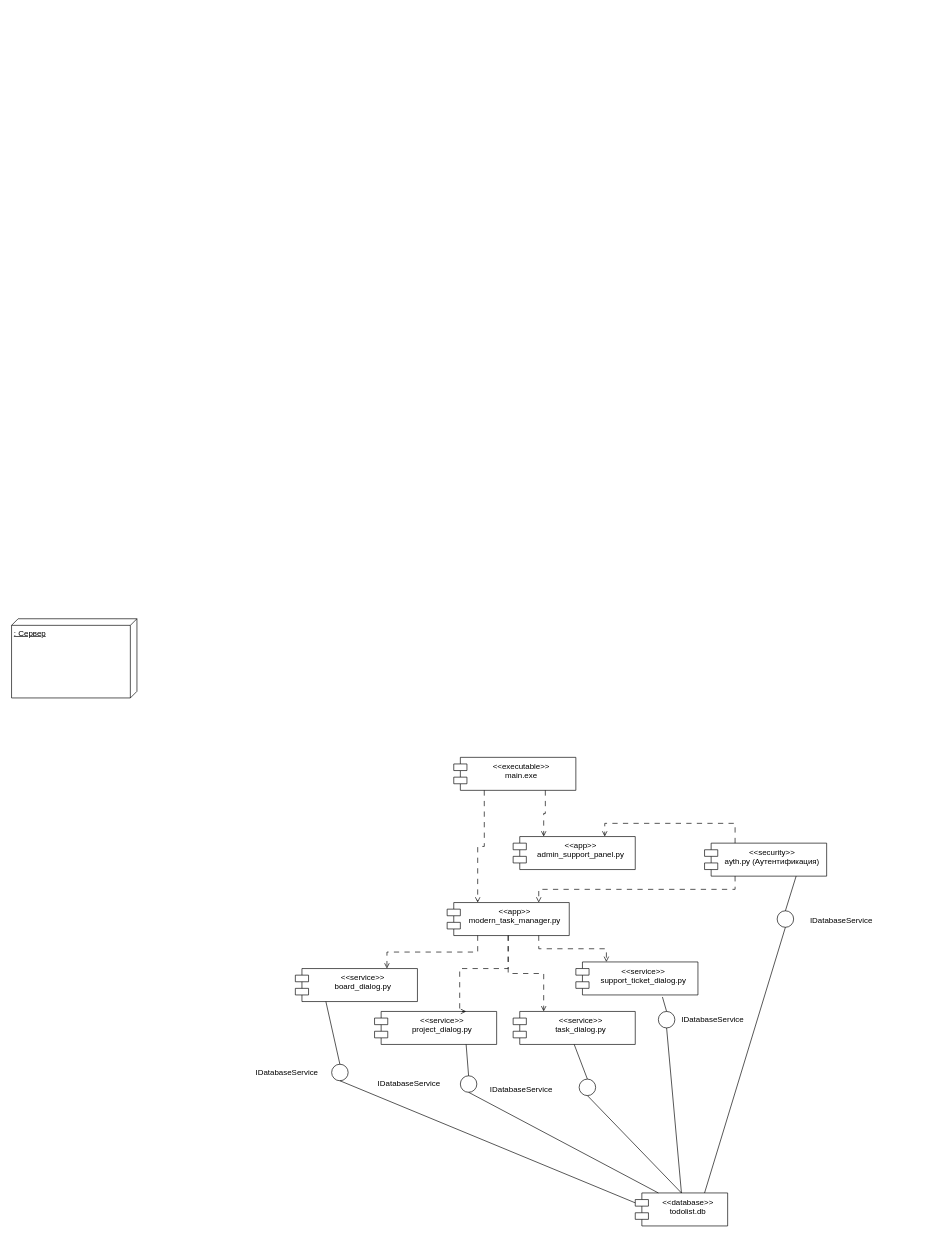
The draw.io diagram lab5.drawio.xml in diamko/Lab3, before the edit. Source tidied: cells renumbered, new cells numbered last; positions are measured from the earlier drawing's top-left corner, leaving out a move shared by most shapes. Both pictures are drawn from the tidied source at 66%, with x=0, y=0 at pixel (11, 618).
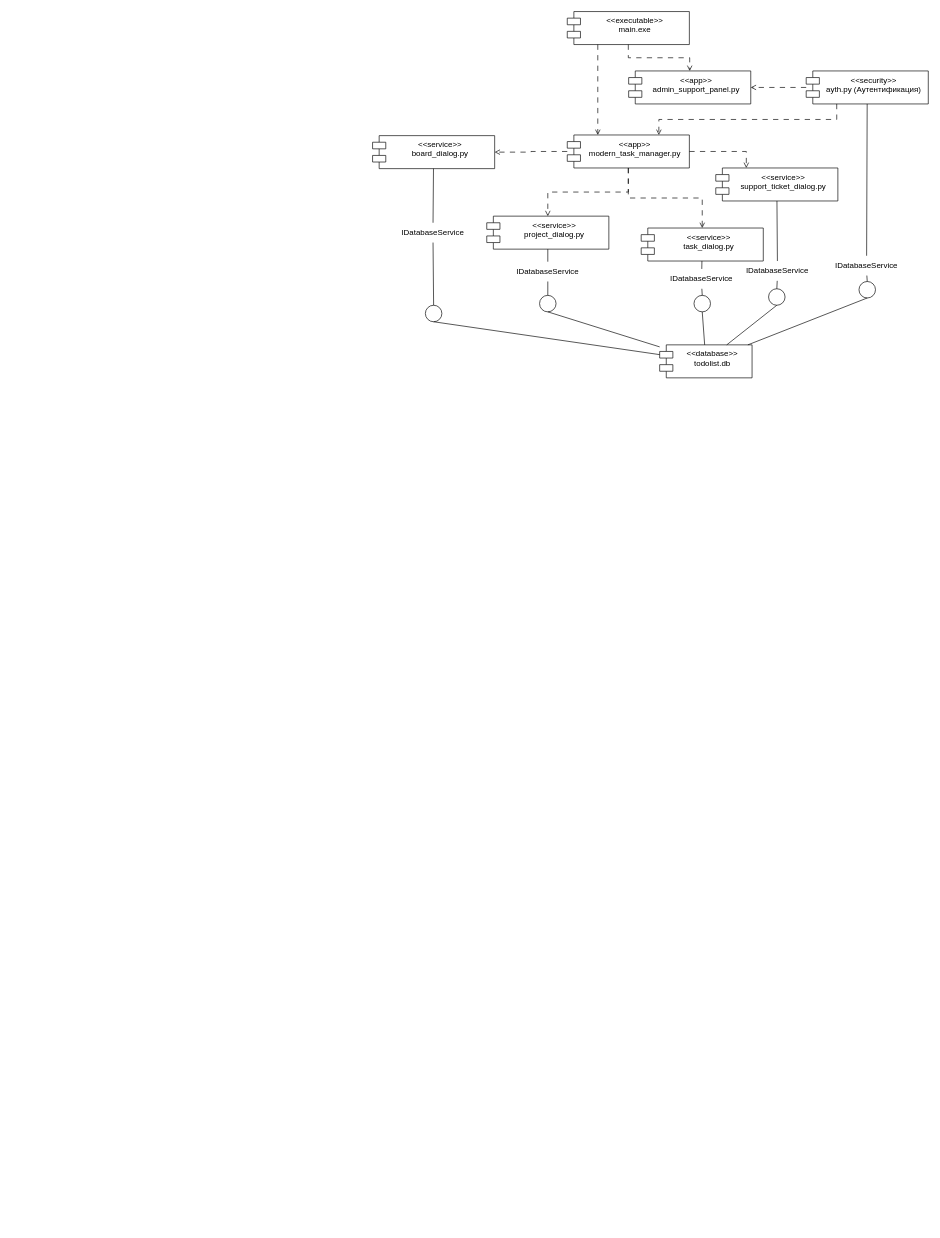
Above is the later version.

Change to the diagram source:
```diff
@@
     <mxCell id="2" value="&amp;lt;&amp;lt;security&amp;gt;&amp;gt;&lt;div&gt;ayth.py (Аутентификация)&lt;/div&gt;" style="shape=module;align=left;spacingLeft=20;align=center;verticalAlign=top;whiteSpace=wrap;html=1;" parent="1" vertex="1">
-      <mxGeometry x="1050" y="340" width="185" height="50" as="geometry" />
+      <mxGeometry x="1204" y="-830" width="185" height="50" as="geometry" />
     </mxCell>
-    <mxCell id="3" value=": Сервер" style="verticalAlign=top;align=left;spacingTop=8;spacingLeft=2;spacingRight=12;shape=cube;size=10;direction=south;fontStyle=4;html=1;whiteSpace=wrap;" parent="1" vertex="1">
-      <mxGeometry width="190" height="120" as="geometry" />
-    </mxCell>
     <mxCell id="4" value="&amp;lt;&amp;lt;app&amp;gt;&amp;gt;&lt;div&gt;modern_task_manager.py&lt;/div&gt;" style="shape=module;align=left;spacingLeft=20;align=center;verticalAlign=top;whiteSpace=wrap;html=1;" parent="1" vertex="1">
-      <mxGeometry x="660" y="430" width="185" height="50" as="geometry" />
+      <mxGeometry x="842" y="-733" width="185" height="50" as="geometry" />
     </mxCell>
     <mxCell id="5" value="&amp;lt;&amp;lt;app&amp;gt;&amp;gt;&lt;div&gt;admin_support_panel.py&lt;/div&gt;" style="shape=module;align=left;spacingLeft=20;align=center;verticalAlign=top;whiteSpace=wrap;html=1;" parent="1" vertex="1">
-      <mxGeometry x="760" y="330" width="185" height="50" as="geometry" />
+      <mxGeometry x="935" y="-830" width="185" height="50" as="geometry" />
     </mxCell>
     <mxCell id="6" value="&amp;lt;&amp;lt;database&amp;gt;&amp;gt;&lt;div&gt;todolist.db&lt;/div&gt;" style="shape=module;align=left;spacingLeft=20;align=center;verticalAlign=top;whiteSpace=wrap;html=1;" parent="1" vertex="1">
-      <mxGeometry x="945" y="870" width="140" height="50" as="geometry" />
+      <mxGeometry x="982" y="-415" width="140" height="50" as="geometry" />
     </mxCell>
     <mxCell id="7" value="&amp;lt;&amp;lt;service&amp;gt;&amp;gt;&lt;div&gt;board_dialog.py&lt;/div&gt;" style="shape=module;align=left;spacingLeft=20;align=center;verticalAlign=top;whiteSpace=wrap;html=1;" parent="1" vertex="1">
-      <mxGeometry x="430" y="530" width="185" height="50" as="geometry" />
+      <mxGeometry x="547" y="-732" width="185" height="50" as="geometry" />
     </mxCell>
     <mxCell id="8" value="&amp;lt;&amp;lt;service&amp;gt;&amp;gt;&lt;div&gt;project_dialog.py&lt;/div&gt;" style="shape=module;align=left;spacingLeft=20;align=center;verticalAlign=top;whiteSpace=wrap;html=1;" parent="1" vertex="1">
-      <mxGeometry x="550" y="595" width="185" height="50" as="geometry" />
+      <mxGeometry x="720" y="-610" width="185" height="50" as="geometry" />
     </mxCell>
     <mxCell id="9" value="&amp;lt;&amp;lt;service&amp;gt;&amp;gt;&lt;div&gt;support_ticket_dialog.py&lt;/div&gt;" style="shape=module;align=left;spacingLeft=20;align=center;verticalAlign=top;whiteSpace=wrap;html=1;" parent="1" vertex="1">
-      <mxGeometry x="855" y="520" width="185" height="50" as="geometry" />
+      <mxGeometry x="1067" y="-683" width="185" height="50" as="geometry" />
     </mxCell>
     <mxCell id="10" value="&amp;lt;&amp;lt;service&amp;gt;&amp;gt;&lt;div&gt;task_dialog.py&lt;/div&gt;" style="shape=module;align=left;spacingLeft=20;align=center;verticalAlign=top;whiteSpace=wrap;html=1;" parent="1" vertex="1">
-      <mxGeometry x="760" y="595" width="185" height="50" as="geometry" />
+      <mxGeometry x="954" y="-592" width="185" height="50" as="geometry" />
     </mxCell>
     <mxCell id="11" value="&amp;lt;&amp;lt;executable&amp;gt;&amp;gt;&lt;div&gt;main.exe&lt;/div&gt;" style="shape=module;align=left;spacingLeft=20;align=center;verticalAlign=top;whiteSpace=wrap;html=1;" parent="1" vertex="1">
-      <mxGeometry x="670" y="210" width="185" height="50" as="geometry" />
+      <mxGeometry x="842" y="-920" width="185" height="50" as="geometry" />
     </mxCell>
-    <mxCell id="12" style="edgeStyle=orthogonalEdgeStyle;rounded=0;jettySize=auto;html=1;exitX=0.25;exitY=1;exitDx=0;exitDy=0;entryX=0.25;entryY=0;entryDx=0;entryDy=0;startArrow=none;startFill=0;endArrow=open;endFill=0;dashed=1;dashPattern=8 8;" parent="1" edge="1" source="11" target="4">
+    <mxCell id="12" style="edgeStyle=orthogonalEdgeStyle;rounded=0;jettySize=auto;html=1;startArrow=none;startFill=0;endArrow=open;endFill=0;dashed=1;dashPattern=8 8;exitX=0.25;exitY=1;exitDx=0;exitDy=0;entryX=0.25;entryY=0;entryDx=0;entryDy=0;" parent="1" edge="1" source="11" target="4">
       <mxGeometry relative="1" as="geometry" />
     </mxCell>
@@
-    <mxCell id="14" style="edgeStyle=orthogonalEdgeStyle;rounded=0;jettySize=auto;html=1;exitX=0.75;exitY=1;exitDx=0;exitDy=0;startArrow=none;startFill=0;endArrow=open;endFill=0;dashed=1;dashPattern=8 8;entryX=0.25;entryY=0;entryDx=0;entryDy=0;" parent="1" edge="1" source="11" target="5">
+    <mxCell id="14" style="edgeStyle=orthogonalEdgeStyle;rounded=0;jettySize=auto;html=1;startArrow=none;startFill=0;endArrow=open;endFill=0;dashed=1;dashPattern=8 8;" parent="1" edge="1" source="11" target="5">
       <mxGeometry relative="1" as="geometry" />
     </mxCell>
-    <mxCell id="15" style="edgeStyle=orthogonalEdgeStyle;rounded=0;jettySize=auto;html=1;entryX=0.75;entryY=0;entryDx=0;entryDy=0;startArrow=none;startFill=0;endArrow=open;endFill=0;dashed=1;dashPattern=8 8;exitX=0.25;exitY=0;exitDx=0;exitDy=0;" parent="1" edge="1" source="2" target="5">
+    <mxCell id="15" style="edgeStyle=orthogonalEdgeStyle;rounded=0;jettySize=auto;html=1;startArrow=none;startFill=0;endArrow=open;endFill=0;dashed=1;dashPattern=8 8;" parent="1" edge="1" source="2" target="5">
       <mxGeometry relative="1" as="geometry" />
     </mxCell>
-    <mxCell id="16" style="edgeStyle=orthogonalEdgeStyle;rounded=0;jettySize=auto;html=1;exitX=0.25;exitY=1;exitDx=0;exitDy=0;entryX=0.75;entryY=0;entryDx=0;entryDy=0;startArrow=none;startFill=0;endArrow=open;endFill=0;dashed=1;dashPattern=8 8;" parent="1" edge="1" source="4" target="7">
+    <mxCell id="16" style="edgeStyle=orthogonalEdgeStyle;rounded=0;jettySize=auto;html=1;startArrow=none;startFill=0;endArrow=open;endFill=0;dashed=1;dashPattern=8 8;" parent="1" edge="1" source="4" target="7">
       <mxGeometry relative="1" as="geometry" />
     </mxCell>
-    <mxCell id="17" style="edgeStyle=orthogonalEdgeStyle;rounded=0;jettySize=auto;html=1;exitX=0.75;exitY=1;exitDx=0;exitDy=0;entryX=0.25;entryY=0;entryDx=0;entryDy=0;startArrow=none;startFill=0;endArrow=open;endFill=0;dashed=1;dashPattern=8 8;" parent="1" edge="1" source="4" target="9">
+    <mxCell id="17" style="edgeStyle=orthogonalEdgeStyle;rounded=0;jettySize=auto;html=1;entryX=0.25;entryY=0;entryDx=0;entryDy=0;startArrow=none;startFill=0;endArrow=open;endFill=0;dashed=1;dashPattern=8 8;" parent="1" edge="1" source="4" target="9">
       <mxGeometry relative="1" as="geometry" />
     </mxCell>
+    <mxCell id="19" style="edgeStyle=orthogonalEdgeStyle;rounded=0;jettySize=auto;html=1;startArrow=none;startFill=0;endArrow=open;endFill=0;dashed=1;dashPattern=8 8;" parent="1" edge="1" source="4" target="10">
+      <mxGeometry relative="1" as="geometry" />
+    </mxCell>
+    <mxCell id="40" style="ellipse;whiteSpace=wrap;html=1;" parent="1" vertex="1">
+      <mxGeometry x="627" y="-475" width="25" height="25" as="geometry" />
+    </mxCell>
+    <mxCell id="41" style="ellipse;whiteSpace=wrap;html=1;" parent="1" vertex="1">
+      <mxGeometry x="800" y="-490" width="25" height="25" as="geometry" />
+    </mxCell>
+    <mxCell id="42" style="ellipse;whiteSpace=wrap;html=1;" parent="1" vertex="1">
+      <mxGeometry x="1034" y="-490" width="25" height="25" as="geometry" />
+    </mxCell>
+    <mxCell id="43" style="ellipse;whiteSpace=wrap;html=1;" parent="1" vertex="1">
+      <mxGeometry x="1147" y="-500" width="25" height="25" as="geometry" />
+    </mxCell>
+    <mxCell id="44" style="ellipse;whiteSpace=wrap;html=1;" parent="1" vertex="1">
+      <mxGeometry x="1284" y="-511" width="25" height="25" as="geometry" />
+    </mxCell>
+    <mxCell id="45" style="endArrow=none;html=1;rounded=0;" parent="1" edge="1" source="64" target="7">
+      <mxGeometry relative="1" as="geometry" />
+    </mxCell>
+    <mxCell id="46" style="endArrow=none;html=1;rounded=0;entryX=0.5;entryY=1;entryDx=0;entryDy=0;" parent="1" edge="1" source="6" target="40">
+      <mxGeometry relative="1" as="geometry" />
+    </mxCell>
+    <mxCell id="47" style="endArrow=none;html=1;rounded=0;" parent="1" edge="1" source="62" target="8">
+      <mxGeometry relative="1" as="geometry" />
+    </mxCell>
+    <mxCell id="48" style="endArrow=none;html=1;rounded=0;entryX=0.5;entryY=1;entryDx=0;entryDy=0;" parent="1" edge="1" source="6" target="41">
+      <mxGeometry relative="1" as="geometry" />
+    </mxCell>
+    <mxCell id="49" style="endArrow=none;html=1;rounded=0;" parent="1" edge="1" source="60" target="10">
+      <mxGeometry relative="1" as="geometry" />
+    </mxCell>
+    <mxCell id="50" style="endArrow=none;html=1;rounded=0;entryX=0.5;entryY=1;entryDx=0;entryDy=0;" parent="1" edge="1" source="6" target="42">
+      <mxGeometry relative="1" as="geometry" />
+    </mxCell>
+    <mxCell id="51" style="endArrow=none;html=1;rounded=0;" parent="1" edge="1" source="58" target="9">
+      <mxGeometry relative="1" as="geometry" />
+    </mxCell>
+    <mxCell id="52" style="endArrow=none;html=1;rounded=0;entryX=0.5;entryY=1;entryDx=0;entryDy=0;" parent="1" edge="1" source="6" target="43">
+      <mxGeometry relative="1" as="geometry" />
+    </mxCell>
+    <mxCell id="53" style="endArrow=none;html=1;rounded=0;" parent="1" edge="1" source="56" target="2">
+      <mxGeometry relative="1" as="geometry" />
+    </mxCell>
+    <mxCell id="54" style="endArrow=none;html=1;rounded=0;entryX=0.5;entryY=1;entryDx=0;entryDy=0;" parent="1" edge="1" source="6" target="44">
+      <mxGeometry relative="1" as="geometry" />
+    </mxCell>
-    <mxCell id="18" style="edgeStyle=orthogonalEdgeStyle;rounded=0;jettySize=auto;html=1;exitX=0.5;exitY=1;exitDx=0;exitDy=0;entryX=0.75;entryY=0;entryDx=0;entryDy=0;startArrow=none;startFill=0;endArrow=open;endFill=0;dashed=1;dashPattern=8 8;" parent="1" edge="1" source="4" target="8">
-      <mxGeometry relative="1" as="geometry">
-        <Array as="points">
-          <mxPoint x="753" y="530" />
-          <mxPoint x="679" y="530" />
-        </Array>
-      </mxGeometry>
+    <mxCell id="18" style="edgeStyle=orthogonalEdgeStyle;rounded=0;jettySize=auto;html=1;startArrow=none;startFill=0;endArrow=open;endFill=0;dashed=1;dashPattern=8 8;" parent="1" edge="1" source="4" target="8">
+      <mxGeometry relative="1" as="geometry" />
     </mxCell>
-    <mxCell id="19" style="edgeStyle=orthogonalEdgeStyle;rounded=0;jettySize=auto;html=1;exitX=0.5;exitY=1;exitDx=0;exitDy=0;entryX=0.25;entryY=0;entryDx=0;entryDy=0;startArrow=none;startFill=0;endArrow=open;endFill=0;dashed=1;dashPattern=8 8;" parent="1" edge="1" source="4" target="10">
-      <mxGeometry relative="1" as="geometry" />
-    </mxCell>
-    <mxCell id="20" style="ellipse;whiteSpace=wrap;html=1;" parent="1" vertex="1">
-      <mxGeometry x="485" y="675" width="25" height="25" as="geometry" />
-    </mxCell>
-    <mxCell id="21" style="ellipse;whiteSpace=wrap;html=1;" parent="1" vertex="1">
-      <mxGeometry x="680" y="692.5" width="25" height="25" as="geometry" />
-    </mxCell>
-    <mxCell id="22" style="ellipse;whiteSpace=wrap;html=1;" parent="1" vertex="1">
-      <mxGeometry x="860" y="697.5" width="25" height="25" as="geometry" />
-    </mxCell>
-    <mxCell id="23" style="ellipse;whiteSpace=wrap;html=1;" parent="1" vertex="1">
-      <mxGeometry x="980" y="595" width="25" height="25" as="geometry" />
-    </mxCell>
-    <mxCell id="24" style="ellipse;whiteSpace=wrap;html=1;" parent="1" vertex="1">
-      <mxGeometry x="1160" y="442.5" width="25" height="25" as="geometry" />
-    </mxCell>
-    <mxCell id="25" value="IDatabaseService" style="text;html=1;whiteSpace=wrap;strokeColor=none;fillColor=none;align=center;verticalAlign=middle;rounded=0;" parent="1" vertex="1">
-      <mxGeometry x="360" y="672.5" width="115" height="30" as="geometry" />
-    </mxCell>
-    <mxCell id="26" value="IDatabaseService" style="text;html=1;whiteSpace=wrap;strokeColor=none;fillColor=none;align=center;verticalAlign=middle;rounded=0;" parent="1" vertex="1">
-      <mxGeometry x="545" y="690" width="115" height="30" as="geometry" />
-    </mxCell>
-    <mxCell id="27" value="IDatabaseService" style="text;html=1;whiteSpace=wrap;strokeColor=none;fillColor=none;align=center;verticalAlign=middle;rounded=0;" parent="1" vertex="1">
-      <mxGeometry x="715" y="697.5" width="115" height="30" as="geometry" />
-    </mxCell>
-    <mxCell id="28" value="IDatabaseService" style="text;html=1;whiteSpace=wrap;strokeColor=none;fillColor=none;align=center;verticalAlign=middle;rounded=0;" parent="1" vertex="1">
-      <mxGeometry x="1005" y="592.5" width="115" height="30" as="geometry" />
-    </mxCell>
-    <mxCell id="29" value="IDatabaseService" style="text;html=1;whiteSpace=wrap;strokeColor=none;fillColor=none;align=center;verticalAlign=middle;rounded=0;" parent="1" vertex="1">
-      <mxGeometry x="1200" y="442.5" width="115" height="30" as="geometry" />
-    </mxCell>
-    <mxCell id="30" style="endArrow=none;html=1;rounded=0;entryX=0.25;entryY=1;entryDx=0;entryDy=0;exitX=0.5;exitY=0;exitDx=0;exitDy=0;" parent="1" edge="1" source="20" target="7">
-      <mxGeometry relative="1" as="geometry" />
-    </mxCell>
-    <mxCell id="31" style="endArrow=none;html=1;rounded=0;entryX=0.5;entryY=1;entryDx=0;entryDy=0;exitX=0;exitY=0;exitDx=0;exitDy=15;exitPerimeter=0;" parent="1" edge="1" source="6" target="20">
-      <mxGeometry relative="1" as="geometry" />
-    </mxCell>
-    <mxCell id="32" style="endArrow=none;html=1;rounded=0;entryX=0.75;entryY=1;entryDx=0;entryDy=0;exitX=0.5;exitY=0;exitDx=0;exitDy=0;" parent="1" edge="1" source="21" target="8">
-      <mxGeometry relative="1" as="geometry" />
-    </mxCell>
-    <mxCell id="33" style="endArrow=none;html=1;rounded=0;entryX=0.5;entryY=1;entryDx=0;entryDy=0;exitX=0.25;exitY=0;exitDx=0;exitDy=0;" parent="1" edge="1" source="6" target="21">
-      <mxGeometry relative="1" as="geometry" />
-    </mxCell>
-    <mxCell id="34" style="endArrow=none;html=1;rounded=0;entryX=0.5;entryY=1;entryDx=0;entryDy=0;exitX=0.5;exitY=0;exitDx=0;exitDy=0;" parent="1" edge="1" source="22" target="10">
-      <mxGeometry relative="1" as="geometry" />
-    </mxCell>
-    <mxCell id="35" style="endArrow=none;html=1;rounded=0;entryX=0.5;entryY=1;entryDx=0;entryDy=0;exitX=0.5;exitY=0;exitDx=0;exitDy=0;" parent="1" edge="1" source="6" target="22">
-      <mxGeometry relative="1" as="geometry" />
-    </mxCell>
-    <mxCell id="36" style="endArrow=none;html=1;rounded=0;entryX=0.709;entryY=1.061;entryDx=0;entryDy=0;exitX=0.5;exitY=0;exitDx=0;exitDy=0;entryPerimeter=0;" parent="1" edge="1" source="23" target="9">
-      <mxGeometry relative="1" as="geometry" />
-    </mxCell>
-    <mxCell id="37" style="endArrow=none;html=1;rounded=0;entryX=0.5;entryY=1;entryDx=0;entryDy=0;exitX=0.5;exitY=0;exitDx=0;exitDy=0;" parent="1" edge="1" source="6" target="23">
-      <mxGeometry relative="1" as="geometry" />
-    </mxCell>
-    <mxCell id="38" style="endArrow=none;html=1;rounded=0;entryX=0.75;entryY=1;entryDx=0;entryDy=0;exitX=0.5;exitY=0;exitDx=0;exitDy=0;" parent="1" edge="1" source="24" target="2">
-      <mxGeometry relative="1" as="geometry" />
-    </mxCell>
-    <mxCell id="39" style="endArrow=none;html=1;rounded=0;entryX=0.5;entryY=1;entryDx=0;entryDy=0;exitX=0.75;exitY=0;exitDx=0;exitDy=0;" parent="1" edge="1" source="6" target="24">
-      <mxGeometry relative="1" as="geometry" />
-    </mxCell>
+    <mxCell id="55" style="endArrow=none;html=1;rounded=0;" parent="1" edge="1" source="44" target="56">
+      <mxGeometry relative="1" as="geometry" />
+    </mxCell>
+    <mxCell id="56" value="IDatabaseService" style="text;html=1;whiteSpace=wrap;strokeColor=none;fillColor=none;align=center;verticalAlign=middle;rounded=0;" parent="1" vertex="1">
+      <mxGeometry x="1238" y="-550" width="115" height="30" as="geometry" />
+    </mxCell>
+    <mxCell id="57" style="endArrow=none;html=1;rounded=0;" parent="1" edge="1" source="43" target="58">
+      <mxGeometry relative="1" as="geometry" />
+    </mxCell>
+    <mxCell id="58" value="IDatabaseService" style="text;html=1;whiteSpace=wrap;strokeColor=none;fillColor=none;align=center;verticalAlign=middle;rounded=0;" parent="1" vertex="1">
+      <mxGeometry x="1103" y="-542" width="115" height="30" as="geometry" />
+    </mxCell>
+    <mxCell id="59" style="endArrow=none;html=1;rounded=0;" parent="1" edge="1" source="42" target="60">
+      <mxGeometry relative="1" as="geometry" />
+    </mxCell>
+    <mxCell id="60" value="IDatabaseService" style="text;html=1;whiteSpace=wrap;strokeColor=none;fillColor=none;align=center;verticalAlign=middle;rounded=0;" parent="1" vertex="1">
+      <mxGeometry x="988" y="-530" width="115" height="30" as="geometry" />
+    </mxCell>
+    <mxCell id="61" style="endArrow=none;html=1;rounded=0;" parent="1" edge="1" source="41" target="62">
+      <mxGeometry relative="1" as="geometry" />
+    </mxCell>
+    <mxCell id="62" value="IDatabaseService" style="text;html=1;whiteSpace=wrap;strokeColor=none;fillColor=none;align=center;verticalAlign=middle;rounded=0;" parent="1" vertex="1">
+      <mxGeometry x="755" y="-541" width="115" height="30" as="geometry" />
+    </mxCell>
+    <mxCell id="63" style="endArrow=none;html=1;rounded=0;" parent="1" edge="1" source="40" target="64">
+      <mxGeometry relative="1" as="geometry" />
+    </mxCell>
+    <mxCell id="64" value="IDatabaseService" style="text;html=1;whiteSpace=wrap;strokeColor=none;fillColor=none;align=center;verticalAlign=middle;rounded=0;" parent="1" vertex="1">
+      <mxGeometry x="581" y="-600" width="115" height="30" as="geometry" />
+    </mxCell>
```
